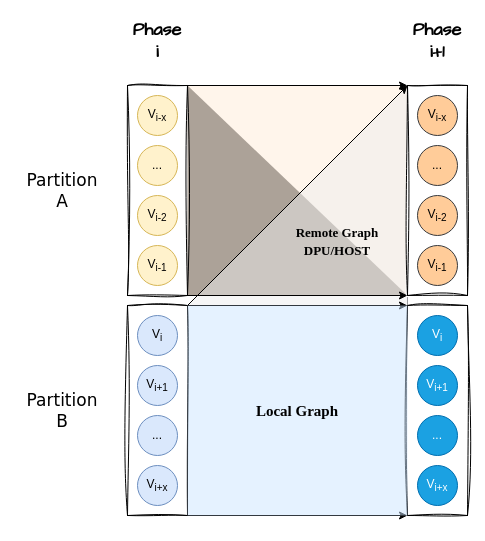
Above: p4.drawio in cnissnzg/picture (draw.io), before the change. Source tidied: cells renumbered, new cells numbered last; positions are measured from the earlier drawing's top-left corner, leaving out a move shared by most shapes. Both pictures are drawn from the tidied source at 100%, with x=0, y=0 at pixel (27, 25).
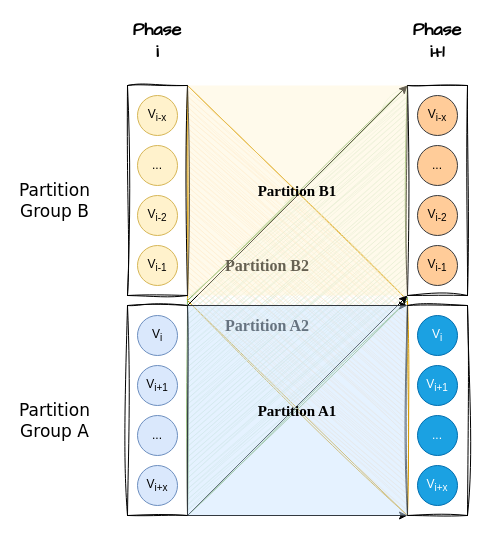
The same page after the edit.

The change refers to these unchanged cells:
```xml
<mxCell id="7" style="rounded=0;whiteSpace=wrap;html=1;sketch=1;curveFitting=1;jiggle=2;" parent="6" vertex="1">
  <mxGeometry width="60" height="210" as="geometry" />
</mxCell>
<mxCell id="20" style="rounded=0;whiteSpace=wrap;html=1;sketch=1;curveFitting=1;jiggle=2;" parent="19" vertex="1">
  <mxGeometry width="60" height="210" as="geometry" />
</mxCell>
```

The edit, as a diff of the source:
```diff
@@
-    <mxCell id="2" style="group;" parent="1" vertex="1">
-      <mxGeometry x="100" width="340" height="490" as="geometry" />
-    </mxCell>
-    <mxCell id="3" style="shape=manualInput;whiteSpace=wrap;html=1;flipH=1;size=210;fillColor=#757575;fontColor=#333333;strokeColor=none;" parent="2" vertex="1">
-      <mxGeometry x="60" y="60" width="220" height="210" as="geometry" />
-    </mxCell>
-    <mxCell id="4" style="rounded=0;whiteSpace=wrap;html=1;strokeColor=none;fillColor=#ffe6cc;opacity=40;" parent="2" vertex="1">
-      <mxGeometry x="60" y="60" width="220" height="210" as="geometry" />
-    </mxCell>
-    <mxCell id="5" style="shape=manualInput;whiteSpace=wrap;html=1;size=220;strokeColor=#36393d;fillColor=#eeeeee;opacity=50;" parent="2" vertex="1">
-      <mxGeometry x="60" y="60" width="220" height="220" as="geometry" />
-    </mxCell>
+    <mxCell id="39" style="shape=parallelogram;perimeter=parallelogramPerimeter;whiteSpace=wrap;html=1;fixedSize=1;size=215;rotation=-90;flipV=0;fillColor=#ffe6cc;strokeColor=#d79b00;sketch=1;curveFitting=1;jiggle=2;" parent="1" vertex="1">
+      <mxGeometry x="55" y="165" width="430" height="220" as="geometry" />
+    </mxCell>
+    <mxCell id="40" style="shape=parallelogram;perimeter=parallelogramPerimeter;whiteSpace=wrap;html=1;fixedSize=1;size=215;rotation=-90;flipV=1;fillColor=#d5e8d4;strokeColor=#82b366;sketch=1;curveFitting=1;jiggle=2;" parent="1" vertex="1">
+      <mxGeometry x="55" y="165" width="430" height="220" as="geometry" />
+    </mxCell>
+    <mxCell id="41" value="&lt;font style=&quot;font-size: 16px;&quot;&gt;Partition A2&lt;/font&gt;" style="text;html=1;strokeColor=none;fillColor=none;align=center;verticalAlign=middle;whiteSpace=wrap;rounded=0;fontFamily=Garamond;fontSize=15;fontStyle=1;opacity=50;" parent="1" vertex="1">
+      <mxGeometry x="190" y="280" width="100" height="40" as="geometry" />
+    </mxCell>
-    <mxCell id="6" style="group;" parent="2" vertex="1">
-      <mxGeometry y="280" width="60" height="210" as="geometry" />
+    <mxCell id="6" style="group;" parent="1" vertex="1">
+      <mxGeometry x="100" y="280" width="60" height="210" as="geometry" />
     </mxCell>
@@
-    <mxCell id="12" style="rounded=0;jettySize=auto;html=1;exitX=1;exitY=0;exitDx=0;exitDy=0;entryX=0;entryY=0;entryDx=0;entryDy=0;" parent="2" edge="1" source="7" target="14">
+    <mxCell id="12" style="rounded=0;jettySize=auto;html=1;exitX=1;exitY=0;exitDx=0;exitDy=0;entryX=0;entryY=0;entryDx=0;entryDy=0;" parent="1" edge="1" source="7" target="14">
       <mxGeometry relative="1" as="geometry" />
     </mxCell>
-    <mxCell id="13" style="rounded=0;jettySize=auto;html=1;exitX=1;exitY=1;exitDx=0;exitDy=0;entryX=0;entryY=1;entryDx=0;entryDy=0;" parent="2" edge="1" source="7" target="14">
+    <mxCell id="13" style="rounded=0;jettySize=auto;html=1;exitX=1;exitY=1;exitDx=0;exitDy=0;entryX=0;entryY=1;entryDx=0;entryDy=0;" parent="1" edge="1" source="7" target="14">
       <mxGeometry relative="1" as="geometry" />
     </mxCell>
-    <mxCell id="14" style="rounded=0;whiteSpace=wrap;html=1;sketch=1;curveFitting=1;jiggle=2;" parent="2" vertex="1">
-      <mxGeometry x="280" y="280" width="60" height="210" as="geometry" />
+    <mxCell id="14" style="rounded=0;whiteSpace=wrap;html=1;sketch=1;curveFitting=1;jiggle=2;" parent="1" vertex="1">
+      <mxGeometry x="380" y="280" width="60" height="210" as="geometry" />
     </mxCell>
-    <mxCell id="15" value="V&lt;sub&gt;i&lt;/sub&gt;" style="ellipse;whiteSpace=wrap;html=1;fillColor=#1ba1e2;strokeColor=#006EAF;fontColor=#ffffff;" parent="2" vertex="1">
-      <mxGeometry x="290" y="290" width="40" height="40" as="geometry" />
+    <mxCell id="15" value="V&lt;sub&gt;i&lt;/sub&gt;" style="ellipse;whiteSpace=wrap;html=1;fillColor=#1ba1e2;strokeColor=#006EAF;fontColor=#ffffff;" parent="1" vertex="1">
+      <mxGeometry x="390" y="290" width="40" height="40" as="geometry" />
     </mxCell>
-    <mxCell id="16" value="V&lt;sub&gt;i+1&lt;/sub&gt;" style="ellipse;whiteSpace=wrap;html=1;fillColor=#1ba1e2;strokeColor=#006EAF;fontColor=#ffffff;" parent="2" vertex="1">
-      <mxGeometry x="290" y="340" width="40" height="40" as="geometry" />
+    <mxCell id="16" value="V&lt;sub&gt;i+1&lt;/sub&gt;" style="ellipse;whiteSpace=wrap;html=1;fillColor=#1ba1e2;strokeColor=#006EAF;fontColor=#ffffff;" parent="1" vertex="1">
+      <mxGeometry x="390" y="340" width="40" height="40" as="geometry" />
     </mxCell>
-    <mxCell id="17" value="V&lt;sub&gt;i+x&lt;/sub&gt;" style="ellipse;whiteSpace=wrap;html=1;fillColor=#1ba1e2;strokeColor=#006EAF;fontColor=#ffffff;" parent="2" vertex="1">
-      <mxGeometry x="290" y="440" width="40" height="40" as="geometry" />
+    <mxCell id="17" value="V&lt;sub&gt;i+x&lt;/sub&gt;" style="ellipse;whiteSpace=wrap;html=1;fillColor=#1ba1e2;strokeColor=#006EAF;fontColor=#ffffff;" parent="1" vertex="1">
+      <mxGeometry x="390" y="440" width="40" height="40" as="geometry" />
     </mxCell>
-    <mxCell id="18" value="..." style="ellipse;whiteSpace=wrap;html=1;fillColor=#1ba1e2;strokeColor=#006EAF;fontColor=#ffffff;" parent="2" vertex="1">
-      <mxGeometry x="290" y="390" width="40" height="40" as="geometry" />
+    <mxCell id="18" value="..." style="ellipse;whiteSpace=wrap;html=1;fillColor=#1ba1e2;strokeColor=#006EAF;fontColor=#ffffff;" parent="1" vertex="1">
+      <mxGeometry x="390" y="390" width="40" height="40" as="geometry" />
     </mxCell>
-    <mxCell id="19" style="group;" parent="2" vertex="1">
-      <mxGeometry y="60" width="60" height="210" as="geometry" />
+    <mxCell id="19" style="group;" parent="1" vertex="1">
+      <mxGeometry x="100" y="60" width="60" height="210" as="geometry" />
     </mxCell>
@@
-    <mxCell id="25" style="rounded=0;jettySize=auto;html=1;exitX=1;exitY=0;exitDx=0;exitDy=0;entryX=1;entryY=0;entryDx=0;entryDy=0;" parent="2" edge="1" source="20" target="5">
-      <mxGeometry relative="1" as="geometry" />
-    </mxCell>
-    <mxCell id="26" style="rounded=0;whiteSpace=wrap;html=1;sketch=1;curveFitting=1;jiggle=2;" parent="2" vertex="1">
-      <mxGeometry x="280" y="60" width="60" height="210" as="geometry" />
+    <mxCell id="26" style="rounded=0;whiteSpace=wrap;html=1;sketch=1;curveFitting=1;jiggle=2;" parent="1" vertex="1">
+      <mxGeometry x="380" y="60" width="60" height="210" as="geometry" />
     </mxCell>
-    <mxCell id="27" value="V&lt;sub&gt;i-x&lt;/sub&gt;" style="ellipse;whiteSpace=wrap;html=1;fillColor=#ffcc99;strokeColor=#36393d;" parent="2" vertex="1">
-      <mxGeometry x="290" y="70" width="40" height="40" as="geometry" />
+    <mxCell id="27" value="V&lt;sub&gt;i-x&lt;/sub&gt;" style="ellipse;whiteSpace=wrap;html=1;fillColor=#ffcc99;strokeColor=#36393d;" parent="1" vertex="1">
+      <mxGeometry x="390" y="70" width="40" height="40" as="geometry" />
     </mxCell>
-    <mxCell id="28" value="..." style="ellipse;whiteSpace=wrap;html=1;fillColor=#ffcc99;strokeColor=#36393d;" parent="2" vertex="1">
-      <mxGeometry x="290" y="120" width="40" height="40" as="geometry" />
+    <mxCell id="28" value="..." style="ellipse;whiteSpace=wrap;html=1;fillColor=#ffcc99;strokeColor=#36393d;" parent="1" vertex="1">
+      <mxGeometry x="390" y="120" width="40" height="40" as="geometry" />
     </mxCell>
-    <mxCell id="29" value="V&lt;sub&gt;i-1&lt;/sub&gt;" style="ellipse;whiteSpace=wrap;html=1;fillColor=#ffcc99;strokeColor=#36393d;" parent="2" vertex="1">
-      <mxGeometry x="290" y="220" width="40" height="40" as="geometry" />
+    <mxCell id="29" value="V&lt;sub&gt;i-1&lt;/sub&gt;" style="ellipse;whiteSpace=wrap;html=1;fillColor=#ffcc99;strokeColor=#36393d;" parent="1" vertex="1">
+      <mxGeometry x="390" y="220" width="40" height="40" as="geometry" />
     </mxCell>
-    <mxCell id="30" value="V&lt;sub style=&quot;border-color: var(--border-color);&quot;&gt;i-2&lt;/sub&gt;" style="ellipse;whiteSpace=wrap;html=1;fillColor=#ffcc99;strokeColor=#36393d;" parent="2" vertex="1">
-      <mxGeometry x="290" y="170" width="40" height="40" as="geometry" />
+    <mxCell id="30" value="V&lt;sub style=&quot;border-color: var(--border-color);&quot;&gt;i-2&lt;/sub&gt;" style="ellipse;whiteSpace=wrap;html=1;fillColor=#ffcc99;strokeColor=#36393d;" parent="1" vertex="1">
+      <mxGeometry x="390" y="170" width="40" height="40" as="geometry" />
     </mxCell>
-    <mxCell id="31" style="rounded=0;jettySize=auto;html=1;exitX=1;exitY=1;exitDx=0;exitDy=0;entryX=0;entryY=1;entryDx=0;entryDy=0;" parent="2" edge="1" source="20" target="26">
-      <mxGeometry relative="1" as="geometry" />
-    </mxCell>
-    <mxCell id="32" style="rounded=0;jettySize=auto;html=1;exitX=1;exitY=0;exitDx=0;exitDy=0;entryX=0;entryY=0;entryDx=0;entryDy=0;" parent="2" edge="1" source="7" target="26">
-      <mxGeometry relative="1" as="geometry" />
-    </mxCell>
+    <mxCell id="42" style="rounded=0;jettySize=auto;html=1;exitX=0;exitY=1;exitDx=0;exitDy=0;entryX=0;entryY=1;entryDx=0;entryDy=0;" parent="1" edge="1" source="33" target="26">
+      <mxGeometry relative="1" as="geometry" />
+    </mxCell>
-    <mxCell id="33" value="&lt;font face=&quot;Garamond&quot; size=&quot;1&quot;&gt;&lt;b style=&quot;font-size: 15px;&quot;&gt;Local Graph&lt;/b&gt;&lt;/font&gt;" style="rounded=0;whiteSpace=wrap;html=1;strokeColor=none;fillColor=#cce5ff;opacity=50;" parent="2" vertex="1">
-      <mxGeometry x="60" y="280" width="220" height="210" as="geometry" />
+    <mxCell id="33" value="&lt;font face=&quot;Garamond&quot; size=&quot;1&quot;&gt;&lt;b style=&quot;font-size: 15px;&quot;&gt;Partition A1&lt;/b&gt;&lt;/font&gt;" style="rounded=0;whiteSpace=wrap;html=1;strokeColor=none;fillColor=#cce5ff;opacity=50;" parent="1" vertex="1">
+      <mxGeometry x="160" y="280" width="220" height="210" as="geometry" />
     </mxCell>
-    <mxCell id="34" value="&lt;font style=&quot;font-size: 13px;&quot;&gt;Remote Graph DPU/HOST&lt;/font&gt;" style="text;html=1;strokeColor=none;fillColor=none;align=center;verticalAlign=middle;whiteSpace=wrap;rounded=0;fontSize=15;fontFamily=Garamond;fontStyle=1;" parent="2" vertex="1">
-      <mxGeometry x="160" y="200" width="100" height="30" as="geometry" />
-    </mxCell>
-    <mxCell id="35" value="Phase i" style="text;html=1;strokeColor=none;fillColor=none;align=center;verticalAlign=middle;whiteSpace=wrap;rounded=0;fontFamily=Comic Sans MS;fontStyle=1;fontSize=18;" parent="2" vertex="1">
-      <mxGeometry width="60" height="30" as="geometry" />
+    <mxCell id="35" value="Phase i" style="text;html=1;strokeColor=none;fillColor=none;align=center;verticalAlign=middle;whiteSpace=wrap;rounded=0;fontFamily=Comic Sans MS;fontStyle=1;fontSize=18;" parent="1" vertex="1">
+      <mxGeometry x="100" width="60" height="30" as="geometry" />
     </mxCell>
-    <mxCell id="36" value="Phase i+1" style="text;html=1;strokeColor=none;fillColor=none;align=center;verticalAlign=middle;whiteSpace=wrap;rounded=0;fontFamily=Comic Sans MS;fontStyle=1;fontSize=18;" parent="2" vertex="1">
-      <mxGeometry x="280" width="60" height="30" as="geometry" />
+    <mxCell id="36" value="Phase i+1" style="text;html=1;strokeColor=none;fillColor=none;align=center;verticalAlign=middle;whiteSpace=wrap;rounded=0;fontFamily=Comic Sans MS;fontStyle=1;fontSize=18;" parent="1" vertex="1">
+      <mxGeometry x="380" width="60" height="30" as="geometry" />
     </mxCell>
-    <mxCell id="37" value="Partition A" style="text;html=1;strokeColor=none;fillColor=none;align=center;verticalAlign=middle;whiteSpace=wrap;rounded=0;fontFamily=Verdana;fontSize=17;" parent="1" vertex="1">
-      <mxGeometry y="150" width="70" height="29" as="geometry" />
-    </mxCell>
-    <mxCell id="38" value="Partition B" style="text;html=1;strokeColor=none;fillColor=none;align=center;verticalAlign=middle;whiteSpace=wrap;rounded=0;fontFamily=Verdana;fontSize=17;" parent="1" vertex="1">
-      <mxGeometry y="370" width="70" height="29" as="geometry" />
-    </mxCell>
+    <mxCell id="32" style="rounded=0;jettySize=auto;html=1;exitX=1;exitY=0;exitDx=0;exitDy=0;entryX=0;entryY=0;entryDx=0;entryDy=0;" parent="1" edge="1" source="7" target="26">
+      <mxGeometry relative="1" as="geometry" />
+    </mxCell>
+    <mxCell id="43" value="Partition&lt;br&gt;Group A" style="text;html=1;strokeColor=none;fillColor=none;align=center;verticalAlign=middle;whiteSpace=wrap;rounded=0;fontStyle=0;fontFamily=Verdana;fontSize=17;" parent="1" vertex="1">
+      <mxGeometry x="-10" y="380" width="75" height="30" as="geometry" />
+    </mxCell>
+    <mxCell id="44" value="Partition&lt;br&gt;Group B" style="text;html=1;strokeColor=none;fillColor=none;align=center;verticalAlign=middle;whiteSpace=wrap;rounded=0;fontStyle=0;fontFamily=Verdana;fontSize=17;" parent="1" vertex="1">
+      <mxGeometry x="-10" y="160" width="75" height="30" as="geometry" />
+    </mxCell>
+    <mxCell id="45" value="&lt;font style=&quot;font-size: 16px;&quot;&gt;Partition B2&lt;/font&gt;" style="text;html=1;strokeColor=none;fillColor=none;align=center;verticalAlign=middle;whiteSpace=wrap;rounded=0;fontFamily=Garamond;fontSize=15;fontStyle=1;opacity=50;" parent="1" vertex="1">
+      <mxGeometry x="190" y="220" width="100" height="40" as="geometry" />
+    </mxCell>
+    <mxCell id="46" value="&lt;b style=&quot;&quot;&gt;&lt;font style=&quot;font-size: 15px;&quot; face=&quot;Garamond&quot;&gt;Partition B1&lt;/font&gt;&lt;/b&gt;" style="rounded=0;whiteSpace=wrap;html=1;strokeColor=none;fillColor=#fff2cc;opacity=40;" parent="1" vertex="1">
+      <mxGeometry x="160" y="60" width="220" height="210" as="geometry" />
+    </mxCell>
```
